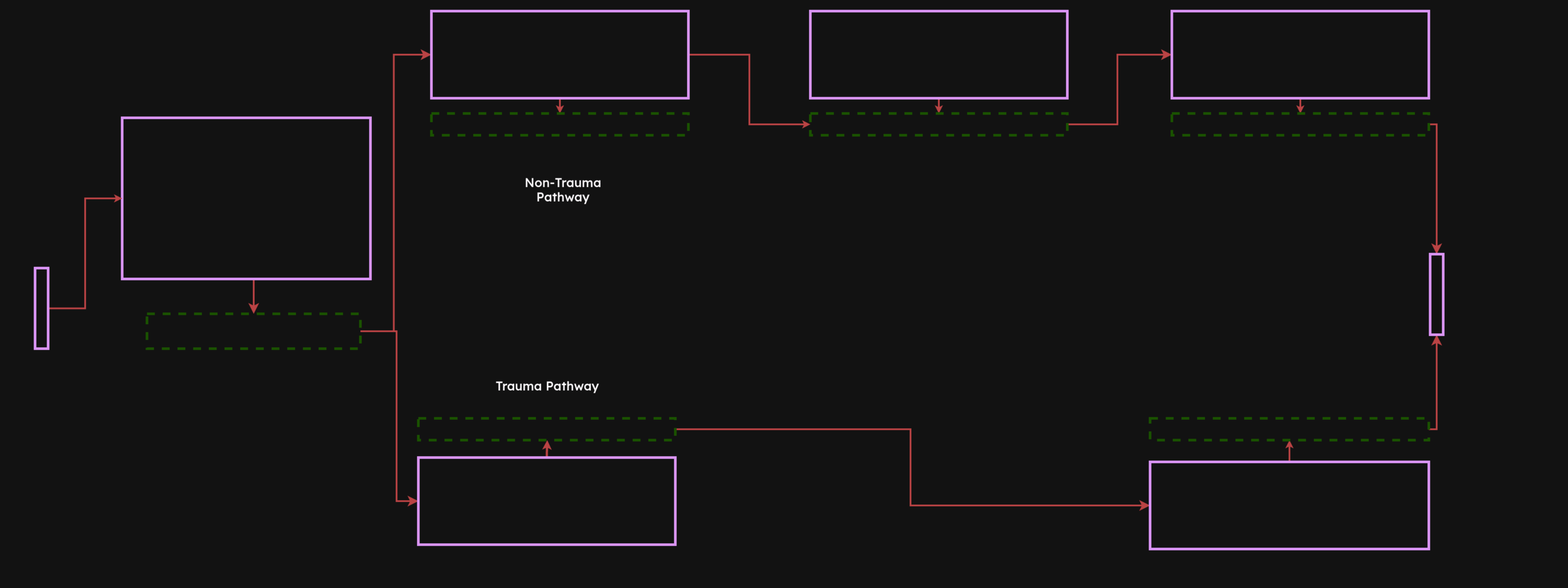
Above: resources/Full Model Background Image - Horizontal Layout.drawio.png in hsma-programme/Teaching_DES_Concepts_Streamlit (draw.io), before the change. Source tidied: cells renumbered, new cells last; positions are measured from the earlier drawing's top-left corner, leaving out a move shared by most shapes.
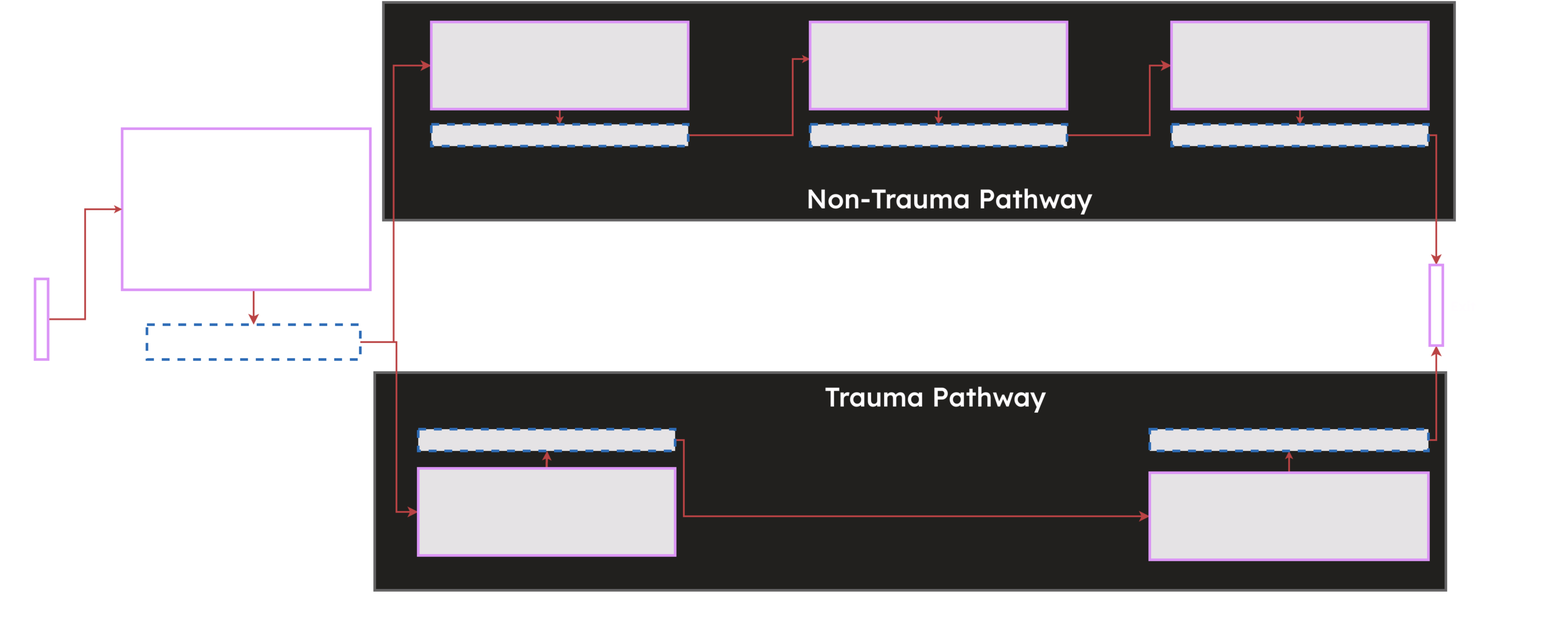
The same diagram one commit later.

Diff of the diagram source:
```diff
@@ -2,6 +2,12 @@
   <root>
     <mxCell id="0" />
     <mxCell id="1" parent="0" />
+    <mxCell id="32" style="rounded=0;whiteSpace=wrap;html=1;fillColor=#DEDDDA;strokeColor=#999999;strokeWidth=6;" parent="1" vertex="1">
+      <mxGeometry x="780" y="805" width="2460" height="500" as="geometry" />
+    </mxCell>
+    <mxCell id="33" style="rounded=0;whiteSpace=wrap;html=1;fillColor=#deddda;strokeColor=#999999;strokeWidth=6;labelBackgroundColor=#191919;" parent="1" vertex="1">
+      <mxGeometry x="800" y="-45" width="2460" height="500" as="geometry" />
+    </mxCell>
     <mxCell id="2" style="edgeStyle=orthogonalEdgeStyle;rounded=0;jettySize=auto;html=1;exitX=0.5;exitY=1;exitDx=0;exitDy=0;strokeWidth=4;strokeColor=#FF8787;endSize=12;" parent="1" edge="1" source="3" target="6">
       <mxGeometry relative="1" as="geometry">
         <Array as="points">
@@ -23,7 +29,7 @@
     <mxCell id="5" style="edgeStyle=orthogonalEdgeStyle;rounded=0;jettySize=auto;html=1;exitX=1;exitY=0.5;exitDx=0;exitDy=0;entryX=0;entryY=0.5;entryDx=0;entryDy=0;strokeWidth=4;strokeColor=#FF8787;endSize=12;" parent="1" edge="1" source="6" target="21">
       <mxGeometry relative="1" as="geometry" />
     </mxCell>
-    <mxCell id="6" style="rounded=0;whiteSpace=wrap;html=1;fillColor=none;strokeColor=#97D077;strokeWidth=6;dashed=1;" parent="1" vertex="1">
+    <mxCell id="6" style="rounded=0;whiteSpace=wrap;html=1;fillColor=none;strokeColor=#62a0ea;strokeWidth=6;dashed=1;" parent="1" vertex="1">
       <mxGeometry x="257" y="695" width="490" height="80" as="geometry" />
     </mxCell>
     <mxCell id="7" style="edgeStyle=orthogonalEdgeStyle;rounded=0;jettySize=auto;html=1;exitX=0.5;exitY=0;exitDx=0;exitDy=0;entryX=0.5;entryY=1;entryDx=0;entryDy=0;strokeWidth=5;strokeColor=#FF8787;" parent="1" edge="1" source="8" target="10">
@@ -34,13 +40,18 @@
         </Array>
       </mxGeometry>
     </mxCell>
-    <mxCell id="8" style="rounded=0;whiteSpace=wrap;html=1;fillColor=none;strokeColor=#813d9c;strokeWidth=6;" parent="1" vertex="1">
+    <mxCell id="8" style="rounded=0;whiteSpace=wrap;html=1;fillColor=#1A1A1A;strokeColor=#813d9c;strokeWidth=6;" parent="1" vertex="1">
       <mxGeometry x="880" y="1025" width="590" height="200" as="geometry" />
     </mxCell>
     <mxCell id="9" style="edgeStyle=orthogonalEdgeStyle;rounded=0;jettySize=auto;html=1;exitX=1;exitY=0.5;exitDx=0;exitDy=0;entryX=0;entryY=0.5;entryDx=0;entryDy=0;strokeWidth=4;strokeColor=#FF8787;endSize=12;" parent="1" edge="1" source="10" target="14">
-      <mxGeometry relative="1" as="geometry" />
+      <mxGeometry relative="1" as="geometry">
+        <Array as="points">
+          <mxPoint x="1490" y="960" />
+          <mxPoint x="1490" y="1135" />
+        </Array>
+      </mxGeometry>
     </mxCell>
-    <mxCell id="10" style="rounded=0;whiteSpace=wrap;html=1;fillColor=none;strokeColor=#97D077;strokeWidth=6;dashed=1;" parent="1" vertex="1">
+    <mxCell id="10" style="rounded=0;whiteSpace=wrap;html=1;fillColor=#1A1A1A;strokeColor=#62a0ea;strokeWidth=6;dashed=1;" parent="1" vertex="1">
       <mxGeometry x="880" y="935" width="590" height="50" as="geometry" />
     </mxCell>
     <mxCell id="11" style="edgeStyle=orthogonalEdgeStyle;rounded=0;jettySize=auto;html=1;exitX=1;exitY=0.5;exitDx=0;exitDy=0;entryX=0;entryY=0.5;entryDx=0;entryDy=0;strokeWidth=4;strokeColor=#FF8787;" parent="1" edge="1" source="12" target="3">
@@ -52,7 +63,7 @@
     <mxCell id="13" style="edgeStyle=orthogonalEdgeStyle;rounded=0;jettySize=auto;html=1;exitX=0.5;exitY=0;exitDx=0;exitDy=0;entryX=0.5;entryY=1;entryDx=0;entryDy=0;strokeWidth=4;strokeColor=#FF8787;" parent="1" edge="1" source="14" target="16">
       <mxGeometry relative="1" as="geometry" />
     </mxCell>
-    <mxCell id="14" style="rounded=0;whiteSpace=wrap;html=1;fillColor=none;strokeColor=#813d9c;strokeWidth=6;" parent="1" vertex="1">
+    <mxCell id="14" style="rounded=0;whiteSpace=wrap;html=1;fillColor=#1A1A1A;strokeColor=#813d9c;strokeWidth=6;" parent="1" vertex="1">
       <mxGeometry x="2560" y="1035" width="640" height="200" as="geometry" />
     </mxCell>
     <mxCell id="15" style="edgeStyle=orthogonalEdgeStyle;rounded=0;jettySize=auto;html=1;exitX=1;exitY=0.5;exitDx=0;exitDy=0;entryX=0.5;entryY=1;entryDx=0;entryDy=0;strokeWidth=4;strokeColor=#FF8787;endSize=12;" parent="1" edge="1" source="16" target="31">
@@ -62,43 +73,53 @@
         </Array>
       </mxGeometry>
     </mxCell>
-    <mxCell id="16" style="rounded=0;whiteSpace=wrap;html=1;fillColor=none;strokeColor=#97D077;strokeWidth=6;dashed=1;" parent="1" vertex="1">
+    <mxCell id="16" style="rounded=0;whiteSpace=wrap;html=1;fillColor=#1A1A1A;strokeColor=#62a0ea;strokeWidth=6;dashed=1;" parent="1" vertex="1">
       <mxGeometry x="2560" y="935" width="640" height="50" as="geometry" />
     </mxCell>
-    <mxCell id="17" value="&lt;font style=&quot;font-size: 28px;&quot; face=&quot;Lexend&quot;&gt;&lt;b style=&quot;font-size: 28px;&quot;&gt;Non-Trauma Pathway&lt;/b&gt;&lt;br&gt;&lt;/font&gt;" style="text;html=1;strokeColor=none;fillColor=none;align=center;verticalAlign=middle;whiteSpace=wrap;rounded=0;" parent="1" vertex="1">
-      <mxGeometry x="1060" y="395" width="305" height="30" as="geometry" />
+    <mxCell id="17" value="&lt;font style=&quot;font-size: 60px;&quot; face=&quot;Lexend&quot;&gt;&lt;b style=&quot;font-size: 60px;&quot;&gt;Non-Trauma Pathway&lt;/b&gt;&lt;br style=&quot;font-size: 60px;&quot;&gt;&lt;/font&gt;" style="text;html=1;strokeColor=none;fillColor=none;align=center;verticalAlign=middle;whiteSpace=wrap;rounded=0;fontSize=60;" parent="1" vertex="1">
+      <mxGeometry x="1060" y="395" width="2080" height="30" as="geometry" />
     </mxCell>
-    <mxCell id="18" value="&lt;font style=&quot;font-size: 28px;&quot; face=&quot;Lexend&quot;&gt;&lt;b style=&quot;font-size: 28px;&quot;&gt;Trauma Pathway&lt;/b&gt;&lt;br&gt;&lt;/font&gt;" style="text;html=1;strokeColor=none;fillColor=none;align=center;verticalAlign=middle;whiteSpace=wrap;rounded=0;" parent="1" vertex="1">
-      <mxGeometry x="1024" y="845" width="305" height="30" as="geometry" />
+    <mxCell id="18" value="&lt;font style=&quot;font-size: 60px;&quot;&gt;&lt;b style=&quot;font-size: 60px;&quot;&gt;Trauma Pathway&lt;/b&gt;&lt;br style=&quot;font-size: 60px;&quot;&gt;&lt;/font&gt;" style="text;html=1;strokeColor=none;fillColor=none;align=center;verticalAlign=middle;whiteSpace=wrap;rounded=0;fontSize=60;fontFamily=Lexend;fontSource=https%3A%2F%2Ffonts.googleapis.com%2Fcss%3Ffamily%3DLexend;" parent="1" vertex="1">
+      <mxGeometry x="990" y="845" width="2156" height="30" as="geometry" />
     </mxCell>
-    <mxCell id="19" style="edgeStyle=orthogonalEdgeStyle;rounded=0;jettySize=auto;html=1;exitX=1;exitY=0.5;exitDx=0;exitDy=0;entryX=0;entryY=0.5;entryDx=0;entryDy=0;strokeWidth=4;strokeColor=#FF8787;" parent="1" edge="1" source="21" target="26">
-      <mxGeometry relative="1" as="geometry" />
+    <mxCell id="19" style="edgeStyle=orthogonalEdgeStyle;rounded=0;jettySize=auto;html=1;exitX=1;exitY=0.5;exitDx=0;exitDy=0;entryX=0;entryY=0.425;entryDx=0;entryDy=0;strokeWidth=4;strokeColor=#FF8787;entryPerimeter=0;" parent="1" edge="1" source="22" target="24">
+      <mxGeometry relative="1" as="geometry">
+        <Array as="points">
+          <mxPoint x="1740" y="260" />
+          <mxPoint x="1740" y="85" />
+        </Array>
+      </mxGeometry>
     </mxCell>
     <mxCell id="20" style="edgeStyle=orthogonalEdgeStyle;rounded=0;jettySize=auto;html=1;exitX=0.5;exitY=1;exitDx=0;exitDy=0;entryX=0.5;entryY=0;entryDx=0;entryDy=0;strokeWidth=4;strokeColor=#FF8787;" parent="1" edge="1" source="21" target="22">
       <mxGeometry relative="1" as="geometry" />
     </mxCell>
-    <mxCell id="21" style="rounded=0;whiteSpace=wrap;html=1;fillColor=none;strokeColor=#813d9c;strokeWidth=6;" parent="1" vertex="1">
+    <mxCell id="21" style="rounded=0;whiteSpace=wrap;html=1;fillColor=#1A1A1A;strokeColor=#813d9c;strokeWidth=6;" parent="1" vertex="1">
       <mxGeometry x="910" width="590" height="200" as="geometry" />
     </mxCell>
-    <mxCell id="22" style="rounded=0;whiteSpace=wrap;html=1;fillColor=none;strokeColor=#97D077;strokeWidth=6;dashed=1;" parent="1" vertex="1">
+    <mxCell id="22" style="rounded=0;whiteSpace=wrap;html=1;fillColor=#1A1A1A;strokeColor=#62a0ea;strokeWidth=6;dashed=1;" parent="1" vertex="1">
       <mxGeometry x="910" y="235" width="590" height="50" as="geometry" />
     </mxCell>
     <mxCell id="23" style="edgeStyle=orthogonalEdgeStyle;rounded=0;jettySize=auto;html=1;exitX=0.5;exitY=1;exitDx=0;exitDy=0;entryX=0.5;entryY=0;entryDx=0;entryDy=0;strokeWidth=4;strokeColor=#FF8787;" parent="1" edge="1" source="24" target="26">
       <mxGeometry relative="1" as="geometry" />
     </mxCell>
-    <mxCell id="24" style="rounded=0;whiteSpace=wrap;html=1;fillColor=none;strokeColor=#813d9c;strokeWidth=6;" parent="1" vertex="1">
+    <mxCell id="24" style="rounded=0;whiteSpace=wrap;html=1;fillColor=#1A1A1A;strokeColor=#813d9c;strokeWidth=6;" parent="1" vertex="1">
       <mxGeometry x="1780" width="590" height="200" as="geometry" />
     </mxCell>
     <mxCell id="25" style="edgeStyle=orthogonalEdgeStyle;rounded=0;jettySize=auto;html=1;exitX=1;exitY=0.5;exitDx=0;exitDy=0;entryX=0;entryY=0.5;entryDx=0;entryDy=0;strokeWidth=4;strokeColor=#FF8787;endSize=12;" parent="1" edge="1" source="26" target="28">
-      <mxGeometry relative="1" as="geometry" />
+      <mxGeometry relative="1" as="geometry">
+        <Array as="points">
+          <mxPoint x="2560" y="260" />
+          <mxPoint x="2560" y="100" />
+        </Array>
+      </mxGeometry>
     </mxCell>
-    <mxCell id="26" style="rounded=0;whiteSpace=wrap;html=1;fillColor=none;strokeColor=#97D077;strokeWidth=6;dashed=1;" parent="1" vertex="1">
+    <mxCell id="26" style="rounded=0;whiteSpace=wrap;html=1;fillColor=#1A1A1A;strokeColor=#62a0ea;strokeWidth=6;dashed=1;" parent="1" vertex="1">
       <mxGeometry x="1780" y="235" width="590" height="50" as="geometry" />
     </mxCell>
     <mxCell id="27" style="edgeStyle=orthogonalEdgeStyle;rounded=0;jettySize=auto;html=1;exitX=0.5;exitY=1;exitDx=0;exitDy=0;entryX=0.5;entryY=0;entryDx=0;entryDy=0;strokeWidth=4;strokeColor=#FF8787;" parent="1" edge="1" source="28" target="30">
       <mxGeometry relative="1" as="geometry" />
     </mxCell>
-    <mxCell id="28" style="rounded=0;whiteSpace=wrap;html=1;fillColor=none;strokeColor=#813d9c;strokeWidth=6;" parent="1" vertex="1">
+    <mxCell id="28" style="rounded=0;whiteSpace=wrap;html=1;fillColor=#1A1A1A;strokeColor=#813d9c;strokeWidth=6;" parent="1" vertex="1">
       <mxGeometry x="2610" width="590" height="200" as="geometry" />
     </mxCell>
     <mxCell id="29" style="edgeStyle=orthogonalEdgeStyle;rounded=0;jettySize=auto;html=1;exitX=1;exitY=0.5;exitDx=0;exitDy=0;entryX=0.5;entryY=0;entryDx=0;entryDy=0;strokeWidth=4;strokeColor=#FF8787;endSize=12;" parent="1" edge="1" source="30" target="31">
@@ -108,11 +129,14 @@
         </Array>
       </mxGeometry>
     </mxCell>
-    <mxCell id="30" style="rounded=0;whiteSpace=wrap;html=1;fillColor=none;strokeColor=#97D077;strokeWidth=6;dashed=1;" parent="1" vertex="1">
+    <mxCell id="30" style="rounded=0;whiteSpace=wrap;html=1;fillColor=#1A1A1A;strokeColor=#62a0ea;strokeWidth=6;dashed=1;" parent="1" vertex="1">
       <mxGeometry x="2610" y="235" width="590" height="50" as="geometry" />
     </mxCell>
     <mxCell id="31" style="rounded=0;whiteSpace=wrap;html=1;fillColor=none;strokeColor=#813d9c;strokeWidth=6;" parent="1" vertex="1">
       <mxGeometry x="3203" y="558" width="30" height="185" as="geometry" />
     </mxCell>
+    <mxCell id="34" value="&lt;font style=&quot;font-size: 30px;&quot; face=&quot;Lexend&quot;&gt;&lt;b&gt;Exit&lt;/b&gt;&lt;/font&gt;" style="text;html=1;strokeColor=none;fillColor=none;align=center;verticalAlign=middle;whiteSpace=wrap;rounded=0;fontSize=60;" parent="1" vertex="1">
+      <mxGeometry x="3200" y="615" width="160" height="70" as="geometry" />
+    </mxCell>
   </root>
 </mxGraphModel>
```
